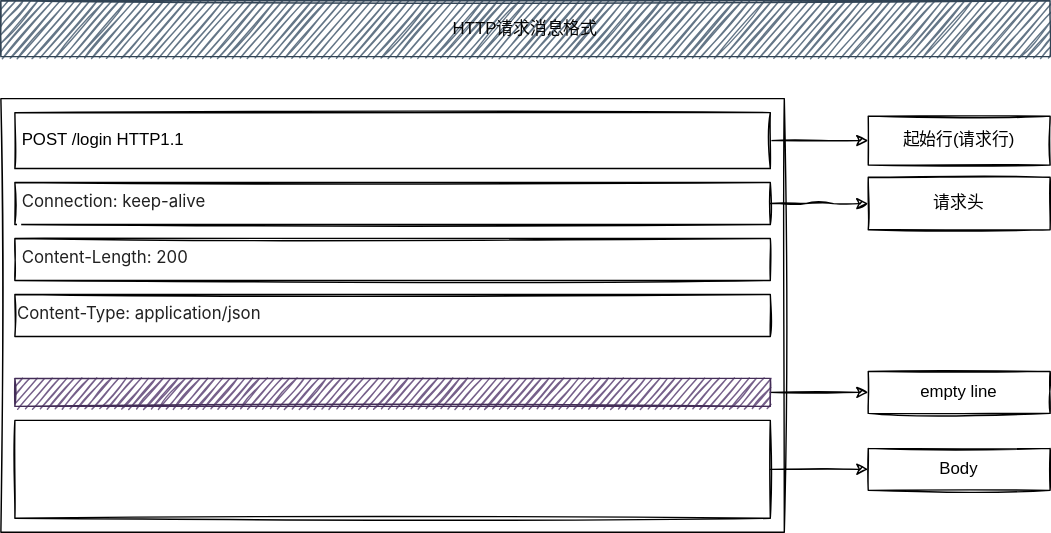
This is 11-计算机基础/03-计算机网络/images/HTTPRequest.svg from cd-home/Root, a draw.io export, as it was before one commit. Source tidied: cells renumbered, new cells last; positions are measured from the earlier drawing's top-left corner, leaving out a move shared by most shapes. Its diagram source:
```xml
<mxGraphModel>
  <root>
    <mxCell id="0" />
    <mxCell id="1" parent="0" />
    <mxCell id="2" value="&lt;font color=&quot;#050505&quot;&gt;HTTP请求消息格式&lt;/font&gt;" style="whiteSpace=wrap;html=1;fillColor=#647687;strokeColor=#314354;fontColor=#ffffff;sketch=1;" parent="1" vertex="1">
      <mxGeometry width="750" height="40" as="geometry" />
    </mxCell>
    <mxCell id="3" style="whiteSpace=wrap;html=1;sketch=1;" parent="1" vertex="1">
      <mxGeometry y="70" width="560" height="310" as="geometry" />
    </mxCell>
    <mxCell id="4" style="edgeStyle=orthogonalEdgeStyle;jettySize=auto;html=1;sketch=1;" parent="1" edge="1" source="5" target="13">
      <mxGeometry relative="1" as="geometry" />
    </mxCell>
    <mxCell id="5" value="&amp;nbsp;POST /login HTTP1.1" style="whiteSpace=wrap;html=1;align=left;sketch=1;" parent="1" vertex="1">
      <mxGeometry x="10" y="80" width="540" height="40" as="geometry" />
    </mxCell>
    <mxCell id="6" style="edgeStyle=orthogonalEdgeStyle;jettySize=auto;html=1;sketch=1;" parent="1" edge="1" source="7" target="14">
      <mxGeometry relative="1" as="geometry" />
    </mxCell>
    <mxCell id="7" value="&lt;span style=&quot;color: rgb(33 , 33 , 33) ; font-family: &amp;#34;inter&amp;#34; , &amp;#34;opensans&amp;#34; , &amp;#34;helvetica&amp;#34; , &amp;#34;arial&amp;#34; , sans-serif ; background-color: rgb(255 , 255 , 255)&quot;&gt;&amp;nbsp;Connection:&amp;nbsp;&lt;/span&gt;&lt;span style=&quot;color: rgb(33 , 33 , 33) ; font-family: &amp;#34;inter&amp;#34; , &amp;#34;opensans&amp;#34; , &amp;#34;helvetica&amp;#34; , &amp;#34;arial&amp;#34; , sans-serif ; background-color: rgb(255 , 255 , 255)&quot;&gt;keep-alive&lt;/span&gt;&lt;span style=&quot;color: rgb(33 , 33 , 33) ; font-family: &amp;#34;inter&amp;#34; , &amp;#34;opensans&amp;#34; , &amp;#34;helvetica&amp;#34; , &amp;#34;arial&amp;#34; , sans-serif ; background-color: rgb(255 , 255 , 255)&quot;&gt;&lt;br&gt;&amp;nbsp;&lt;/span&gt;" style="whiteSpace=wrap;html=1;align=left;verticalAlign=top;sketch=1;" parent="1" vertex="1">
      <mxGeometry x="10" y="130" width="540" height="30" as="geometry" />
    </mxCell>
    <mxCell id="8" value="&lt;span style=&quot;color: rgb(33 , 33 , 33) ; font-family: &amp;#34;inter&amp;#34; , &amp;#34;opensans&amp;#34; , &amp;#34;helvetica&amp;#34; , &amp;#34;arial&amp;#34; , sans-serif ; background-color: rgb(255 , 255 , 255)&quot;&gt;&amp;nbsp;Content-Length: 200&lt;/span&gt;" style="whiteSpace=wrap;html=1;align=left;verticalAlign=top;sketch=1;" parent="1" vertex="1">
      <mxGeometry x="10" y="170" width="540" height="30" as="geometry" />
    </mxCell>
    <mxCell id="9" style="edgeStyle=orthogonalEdgeStyle;jettySize=auto;html=1;sketch=1;" parent="1" edge="1" source="10" target="16">
      <mxGeometry relative="1" as="geometry" />
    </mxCell>
    <mxCell id="10" style="whiteSpace=wrap;html=1;align=left;verticalAlign=top;sketch=1;" parent="1" vertex="1">
      <mxGeometry x="10" y="300" width="540" height="70" as="geometry" />
    </mxCell>
    <mxCell id="11" style="edgeStyle=orthogonalEdgeStyle;jettySize=auto;html=1;entryX=0;entryY=0.5;entryDx=0;entryDy=0;sketch=1;" parent="1" edge="1" source="12" target="15">
      <mxGeometry relative="1" as="geometry" />
    </mxCell>
    <mxCell id="12" style="whiteSpace=wrap;html=1;align=center;verticalAlign=middle;fillColor=#76608a;strokeColor=#432D57;fontColor=#ffffff;sketch=1;" parent="1" vertex="1">
      <mxGeometry x="10" y="270" width="540" height="20" as="geometry" />
    </mxCell>
    <mxCell id="13" value="起始行(请求行)" style="whiteSpace=wrap;html=1;align=center;sketch=1;" parent="1" vertex="1">
      <mxGeometry x="620" y="82.5" width="130" height="35" as="geometry" />
    </mxCell>
    <mxCell id="14" value="请求头" style="whiteSpace=wrap;html=1;align=center;verticalAlign=middle;sketch=1;" parent="1" vertex="1">
      <mxGeometry x="620" y="126.2" width="130" height="37.5" as="geometry" />
    </mxCell>
    <mxCell id="15" value="&lt;span&gt;empty line&lt;/span&gt;" style="whiteSpace=wrap;html=1;align=center;verticalAlign=middle;sketch=1;" parent="1" vertex="1">
      <mxGeometry x="620" y="265" width="130" height="30" as="geometry" />
    </mxCell>
    <mxCell id="16" value="Body" style="whiteSpace=wrap;html=1;align=center;verticalAlign=middle;sketch=1;" parent="1" vertex="1">
      <mxGeometry x="620" y="320" width="130" height="30" as="geometry" />
    </mxCell>
    <mxCell id="17" value="&lt;span style=&quot;color: rgb(33 , 33 , 33) ; font-family: &amp;#34;inter&amp;#34; , &amp;#34;opensans&amp;#34; , &amp;#34;helvetica&amp;#34; , &amp;#34;arial&amp;#34; , sans-serif ; background-color: rgb(255 , 255 , 255)&quot;&gt;Content-Type:&amp;nbsp;&lt;/span&gt;&lt;span style=&quot;color: rgb(33 , 33 , 33) ; font-family: &amp;#34;inter&amp;#34; , &amp;#34;opensans&amp;#34; , &amp;#34;helvetica&amp;#34; , &amp;#34;arial&amp;#34; , sans-serif ; background-color: rgb(255 , 255 , 255)&quot;&gt;application/json&lt;/span&gt;" style="whiteSpace=wrap;html=1;align=left;verticalAlign=top;sketch=1;" parent="1" vertex="1">
      <mxGeometry x="10" y="210" width="540" height="30" as="geometry" />
    </mxCell>
  </root>
</mxGraphModel>
```
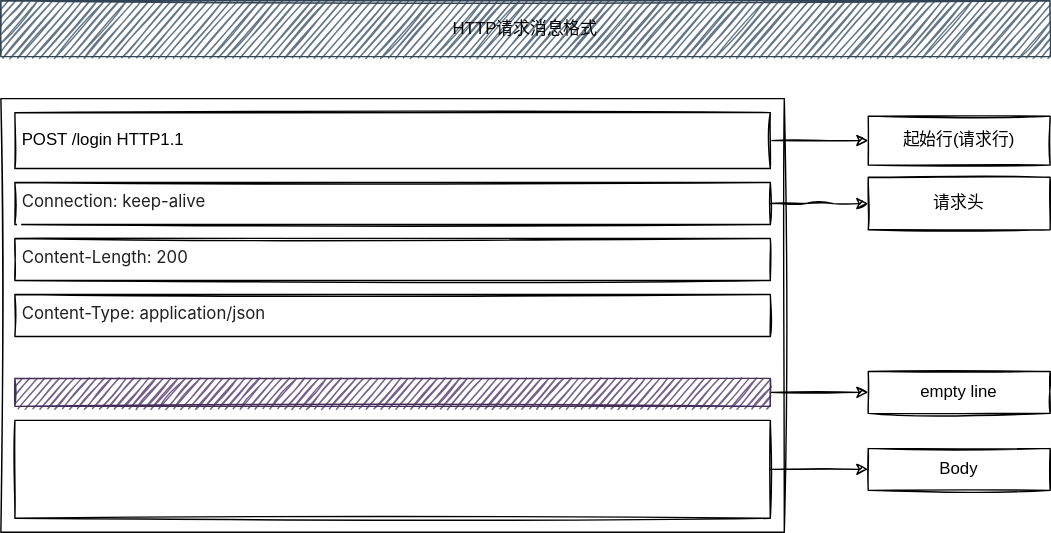
The same diagram one commit later.

Change to the diagram source:
```diff
@@ -47,7 +47,7 @@
     <mxCell id="16" value="Body" style="whiteSpace=wrap;html=1;align=center;verticalAlign=middle;sketch=1;" parent="1" vertex="1">
       <mxGeometry x="620" y="320" width="130" height="30" as="geometry" />
     </mxCell>
-    <mxCell id="17" value="&lt;span style=&quot;color: rgb(33 , 33 , 33) ; font-family: &amp;#34;inter&amp;#34; , &amp;#34;opensans&amp;#34; , &amp;#34;helvetica&amp;#34; , &amp;#34;arial&amp;#34; , sans-serif ; background-color: rgb(255 , 255 , 255)&quot;&gt;Content-Type:&amp;nbsp;&lt;/span&gt;&lt;span style=&quot;color: rgb(33 , 33 , 33) ; font-family: &amp;#34;inter&amp;#34; , &amp;#34;opensans&amp;#34; , &amp;#34;helvetica&amp;#34; , &amp;#34;arial&amp;#34; , sans-serif ; background-color: rgb(255 , 255 , 255)&quot;&gt;application/json&lt;/span&gt;" style="whiteSpace=wrap;html=1;align=left;verticalAlign=top;sketch=1;" parent="1" vertex="1">
+    <mxCell id="17" value="&lt;span style=&quot;color: rgb(33 , 33 , 33) ; font-family: &amp;#34;inter&amp;#34; , &amp;#34;opensans&amp;#34; , &amp;#34;helvetica&amp;#34; , &amp;#34;arial&amp;#34; , sans-serif ; background-color: rgb(255 , 255 , 255)&quot;&gt;&amp;nbsp;Content-Type:&amp;nbsp;&lt;/span&gt;&lt;span style=&quot;color: rgb(33 , 33 , 33) ; font-family: &amp;#34;inter&amp;#34; , &amp;#34;opensans&amp;#34; , &amp;#34;helvetica&amp;#34; , &amp;#34;arial&amp;#34; , sans-serif ; background-color: rgb(255 , 255 , 255)&quot;&gt;application/json&lt;/span&gt;" style="whiteSpace=wrap;html=1;align=left;verticalAlign=top;sketch=1;" parent="1" vertex="1">
       <mxGeometry x="10" y="210" width="540" height="30" as="geometry" />
     </mxCell>
   </root>
```
